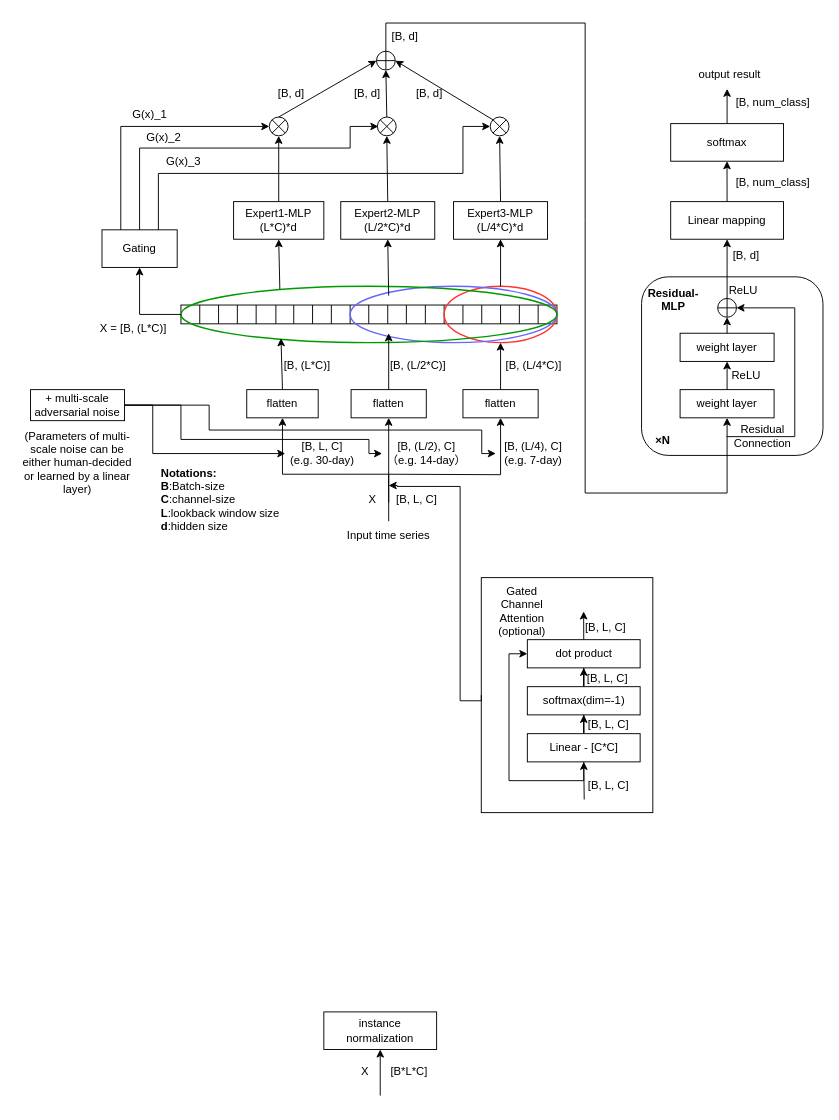
Earlier version of the draw.io diagram 未命名绘图.drawio (HALF111/Research_figures). Source tidied: cells renumbered, new cells numbered last; positions are measured from the earlier drawing's top-left corner, leaving out a move shared by most shapes. Both pictures are drawn from the tidied source at 94%, with x=0, y=0 at pixel (16, 23).
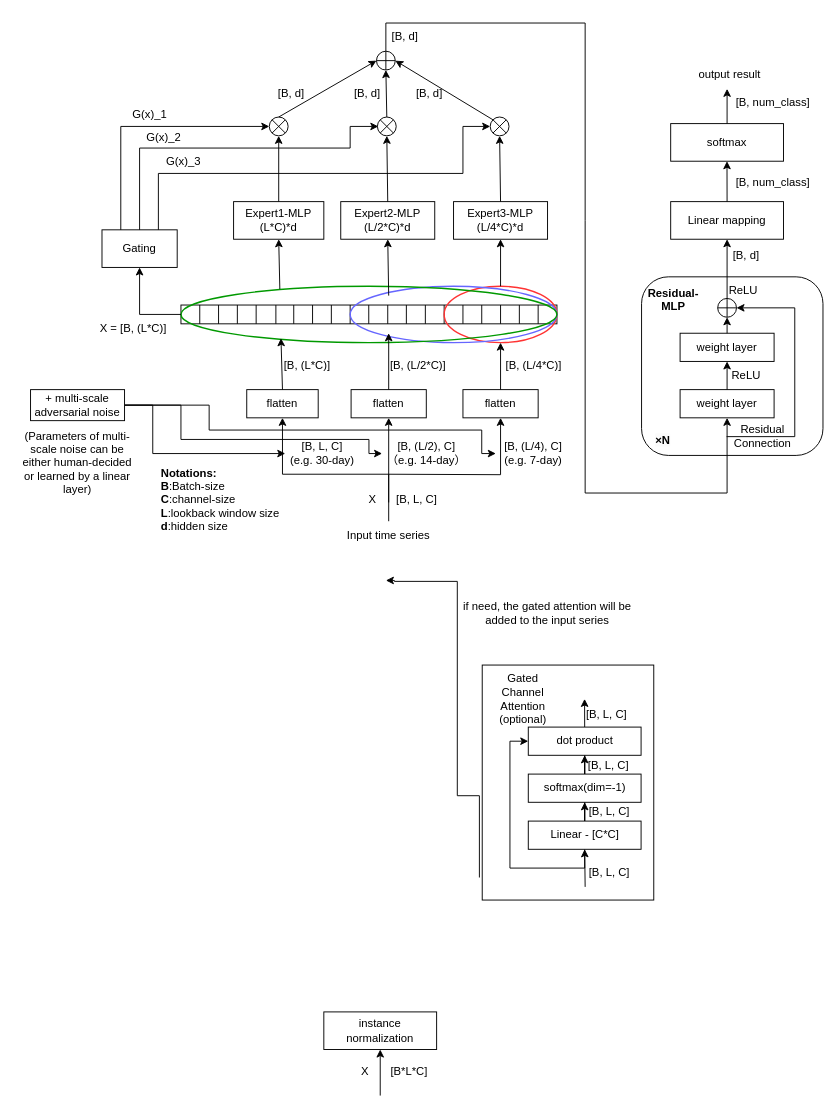
Above is the later version.

Commit message:
更新未命名绘图.drawio

Change to the diagram source:
```diff
@@
     <mxCell id="115" style="edgeStyle=orthogonalEdgeStyle;rounded=0;jettySize=auto;html=1;entryX=0;entryY=0.5;entryDx=0;entryDy=0;" parent="1" edge="1" source="116" target="120">
       <mxGeometry relative="1" as="geometry">
         <Array as="points">
-          <mxPoint x="604" y="806" />
-          <mxPoint x="524" y="806" />
-          <mxPoint x="524" y="671" />
+          <mxPoint x="605" y="899" />
+          <mxPoint x="525" y="899" />
+          <mxPoint x="525" y="764" />
         </Array>
       </mxGeometry>
     </mxCell>
     <mxCell id="116" value="Linear - [C*C]" style="rounded=0;whiteSpace=wrap;html=1;" parent="1" vertex="1">
-      <mxGeometry x="543.5" y="756" width="120" height="30" as="geometry" />
+      <mxGeometry x="544.5" y="849" width="120" height="30" as="geometry" />
     </mxCell>
@@
     <mxCell id="118" value="softmax(dim=-1)" style="rounded=0;whiteSpace=wrap;html=1;" parent="1" vertex="1">
-      <mxGeometry x="543.5" y="706" width="120" height="30" as="geometry" />
+      <mxGeometry x="544.5" y="799" width="120" height="30" as="geometry" />
     </mxCell>
     <mxCell id="119" style="edgeStyle=orthogonalEdgeStyle;rounded=0;jettySize=auto;html=1;exitX=0.5;exitY=0;exitDx=0;exitDy=0;" parent="1" edge="1" source="120">
       <mxGeometry relative="1" as="geometry">
-        <mxPoint x="603.4" y="626" as="targetPoint" />
+        <mxPoint x="604.4" y="719" as="targetPoint" />
       </mxGeometry>
     </mxCell>
     <mxCell id="120" value="dot product" style="rounded=0;whiteSpace=wrap;html=1;" parent="1" vertex="1">
-      <mxGeometry x="543.5" y="656" width="120" height="30" as="geometry" />
+      <mxGeometry x="544.5" y="749" width="120" height="30" as="geometry" />
     </mxCell>
     <mxCell id="121" style="endArrow=classic;html=1;rounded=0;entryX=0.5;entryY=1;entryDx=0;entryDy=0;" parent="1" edge="1" target="116">
       <mxGeometry relative="1" as="geometry">
-        <mxPoint x="604" y="826" as="sourcePoint" />
+        <mxPoint x="605" y="919" as="sourcePoint" />
       </mxGeometry>
     </mxCell>
     <mxCell id="122" value="[B, L, C]" style="text;html=1;strokeColor=none;fillColor=none;align=center;verticalAlign=middle;whiteSpace=wrap;rounded=0;" parent="1" vertex="1">
-      <mxGeometry x="604.5" y="796" width="50" height="30" as="geometry" />
+      <mxGeometry x="605.5" y="889" width="50" height="30" as="geometry" />
     </mxCell>
     <mxCell id="123" value="[B, L, C]" style="text;html=1;strokeColor=none;fillColor=none;align=center;verticalAlign=middle;whiteSpace=wrap;rounded=0;" parent="1" vertex="1">
-      <mxGeometry x="605" y="731" width="50" height="30" as="geometry" />
+      <mxGeometry x="606" y="824" width="50" height="30" as="geometry" />
     </mxCell>
     <mxCell id="124" value="[B, L, C]" style="text;html=1;strokeColor=none;fillColor=none;align=center;verticalAlign=middle;whiteSpace=wrap;rounded=0;" parent="1" vertex="1">
-      <mxGeometry x="604" y="682" width="50" height="30" as="geometry" />
+      <mxGeometry x="605" y="775" width="50" height="30" as="geometry" />
     </mxCell>
     <mxCell id="125" value="[B, L, C]" style="text;html=1;strokeColor=none;fillColor=none;align=center;verticalAlign=middle;whiteSpace=wrap;rounded=0;" parent="1" vertex="1">
-      <mxGeometry x="602" y="628" width="50" height="30" as="geometry" />
+      <mxGeometry x="603" y="721" width="50" height="30" as="geometry" />
     </mxCell>
-    <mxCell id="126" style="edgeStyle=orthogonalEdgeStyle;rounded=0;jettySize=auto;html=1;entryX=0;entryY=0;entryDx=0;entryDy=0;exitX=0;exitY=0.5;exitDx=0;exitDy=0;" parent="1" edge="1" source="127">
+    <mxCell id="126" style="edgeStyle=orthogonalEdgeStyle;rounded=0;orthogonalLoop=1;jettySize=auto;html=1;entryX=0;entryY=0;entryDx=0;entryDy=0;exitX=0;exitY=0.5;exitDx=0;exitDy=0;" parent="1" edge="1">
       <mxGeometry relative="1" as="geometry">
-        <mxPoint x="396" y="492" as="targetPoint" />
+        <mxPoint x="492.5" y="909" as="sourcePoint" />
+        <mxPoint x="393" y="593" as="targetPoint" />
         <Array as="points">
-          <mxPoint x="472" y="721" />
-          <mxPoint x="472" y="493" />
-          <mxPoint x="405" y="493" />
+          <mxPoint x="469" y="822" />
+          <mxPoint x="469" y="594" />
+          <mxPoint x="402" y="594" />
         </Array>
       </mxGeometry>
     </mxCell>
     <mxCell id="127" style="rounded=0;whiteSpace=wrap;html=1;fillColor=none;" parent="1" vertex="1">
-      <mxGeometry x="494.5" y="590" width="182.5" height="250" as="geometry" />
+      <mxGeometry x="495.5" y="683" width="182.5" height="250" as="geometry" />
     </mxCell>
     <mxCell id="128" value="Gated Channel Attention&lt;br&gt;(optional)" style="text;html=1;strokeColor=none;fillColor=none;align=center;verticalAlign=middle;whiteSpace=wrap;rounded=0;" parent="1" vertex="1">
-      <mxGeometry x="508" y="611" width="60" height="30" as="geometry" />
+      <mxGeometry x="509" y="704" width="60" height="30" as="geometry" />
     </mxCell>
@@
+    <mxCell id="130" value="if need, the gated attention will be added to the input series" style="text;html=1;strokeColor=none;fillColor=none;align=center;verticalAlign=middle;whiteSpace=wrap;rounded=0;" parent="1" vertex="1">
+      <mxGeometry x="465" y="613" width="200" height="30" as="geometry" />
+    </mxCell>
```
